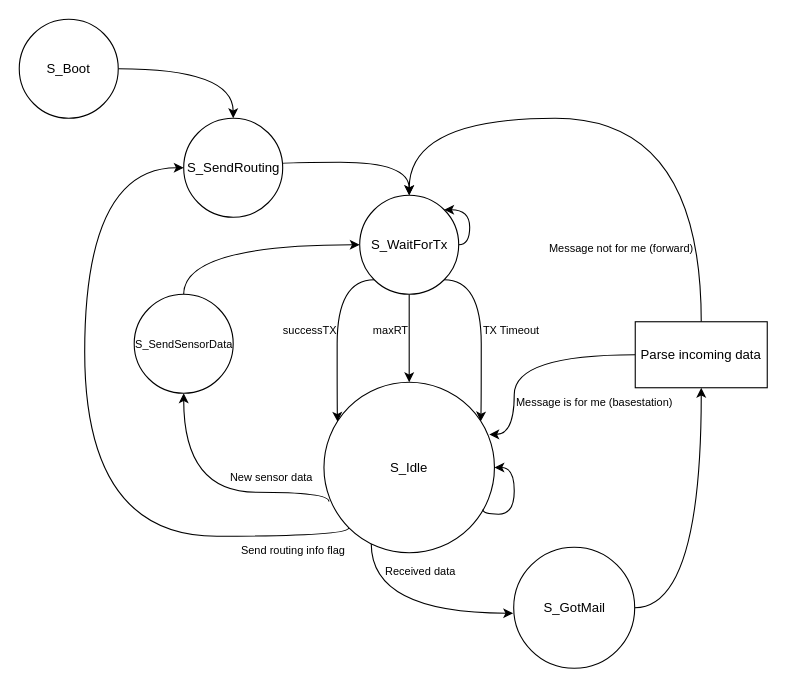
Before: NetwerkFlow/media/Primary Statemachine.drawio in Stephanvanb/SensorNetwerkenDoc, a draw.io diagram. Source tidied: cells renumbered, new cells numbered last; positions are measured from the earlier drawing's top-left corner, leaving out a move shared by most shapes. Both pictures are drawn from the tidied source at 110%, with x=0, y=0 at pixel (19, 19).
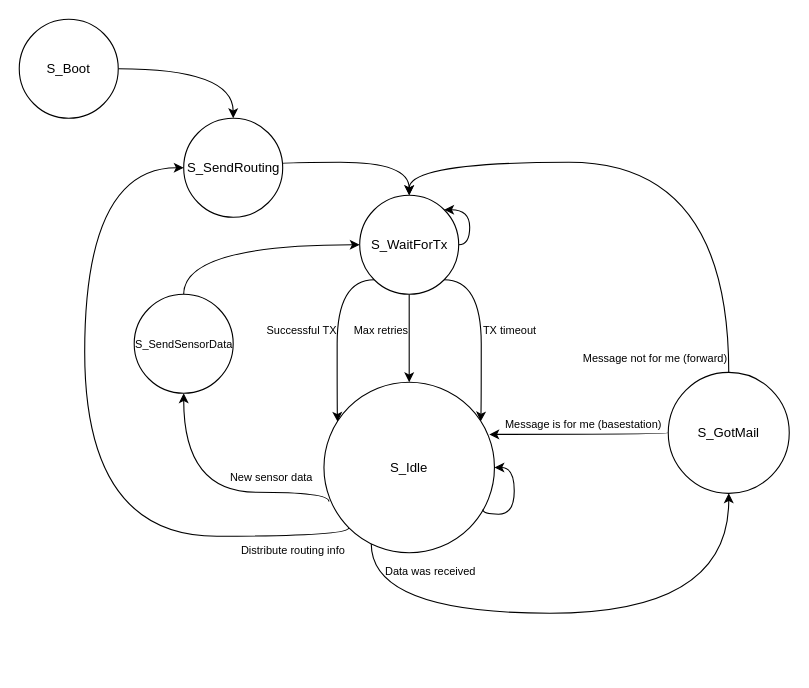
After the change.

Commit message (it also covers changes not shown here):
Removed parseincomingdata action block

Unchanged cells that the change refers to:
```xml
<mxCell id="11" value="S_WaitForTx" style="ellipse;whiteSpace=wrap;html=1;" parent="1" vertex="1">
  <mxGeometry x="309.5" y="160" width="90" height="90" as="geometry" />
</mxCell>
<mxCell id="15" value="&lt;div&gt;S_Idle&lt;/div&gt;" style="ellipse;whiteSpace=wrap;html=1;" parent="1" vertex="1">
  <mxGeometry x="277" y="330" width="155" height="155" as="geometry" />
</mxCell>
```

The edit, as a diff of the source:
```diff
@@
-    <mxCell id="6" style="edgeStyle=orthogonalEdgeStyle;curved=1;jettySize=auto;html=1;exitX=1;exitY=0.5;exitDx=0;exitDy=0;entryX=0.5;entryY=1;entryDx=0;entryDy=0;" parent="1" edge="1" source="7" target="24">
-      <mxGeometry relative="1" as="geometry" />
-    </mxCell>
+    <mxCell id="31" style="edgeStyle=orthogonalEdgeStyle;jettySize=auto;html=1;exitX=0.5;exitY=0;exitDx=0;exitDy=0;entryX=0.5;entryY=0;entryDx=0;entryDy=0;curved=1;" parent="1" edge="1" source="7" target="11">
+      <mxGeometry relative="1" as="geometry">
+        <Array as="points">
+          <mxPoint x="645" y="130" />
+          <mxPoint x="355" y="130" />
+        </Array>
+      </mxGeometry>
+    </mxCell>
     <mxCell id="7" value="S_GotMail" style="ellipse;whiteSpace=wrap;html=1;" parent="1" vertex="1">
-      <mxGeometry x="449.5" y="480" width="110" height="110" as="geometry" />
+      <mxGeometry x="590" y="321" width="110" height="110" as="geometry" />
     </mxCell>
@@
-    <mxCell id="13" style="edgeStyle=orthogonalEdgeStyle;curved=1;rounded=1;jettySize=auto;html=1;fontSize=10;" parent="1" edge="1" source="15">
+    <mxCell id="13" style="edgeStyle=orthogonalEdgeStyle;curved=1;rounded=1;jettySize=auto;html=1;fontSize=10;entryX=0.5;entryY=1;entryDx=0;entryDy=0;" parent="1" edge="1" source="15" target="7">
       <mxGeometry relative="1" as="geometry">
-        <mxPoint x="449" y="540" as="targetPoint" />
         <Array as="points">
           <mxPoint x="320" y="540" />
-          <mxPoint x="449" y="540" />
+          <mxPoint x="645" y="540" />
         </Array>
       </mxGeometry>
     </mxCell>
@@
-    <mxCell id="16" value="successTX" style="text;html=1;align=right;verticalAlign=top;spacingTop=-4;fontSize=10;" parent="1" vertex="1">
-      <mxGeometry x="229.5" y="275" width="60" height="10" as="geometry" />
+    <mxCell id="16" value="Successful TX" style="text;html=1;align=right;verticalAlign=top;spacingTop=-4;fontSize=10;" parent="1" vertex="1">
+      <mxGeometry x="209.5" y="275" width="80" height="10" as="geometry" />
     </mxCell>
-    <mxCell id="17" value="maxRT" style="text;html=1;align=right;verticalAlign=top;spacingTop=-4;fontSize=10;" parent="1" vertex="1">
-      <mxGeometry x="304.5" y="275" width="50" height="20" as="geometry" />
+    <mxCell id="17" value="Max retries" style="text;html=1;align=right;verticalAlign=top;spacingTop=-4;fontSize=10;" parent="1" vertex="1">
+      <mxGeometry x="294.5" y="275" width="60" height="10" as="geometry" />
     </mxCell>
-    <mxCell id="18" value="TX Timeout" style="text;html=1;align=left;verticalAlign=top;spacingTop=-4;fontSize=10;" parent="1" vertex="1">
-      <mxGeometry x="419.5" y="275" width="70" height="10" as="geometry" />
+    <mxCell id="18" value="TX timeout" style="text;html=1;align=left;verticalAlign=top;spacingTop=-4;fontSize=10;" parent="1" vertex="1">
+      <mxGeometry x="419.5" y="275" width="60" height="10" as="geometry" />
     </mxCell>
@@
-    <mxCell id="22" style="edgeStyle=orthogonalEdgeStyle;curved=1;rounded=1;jettySize=auto;exitX=0.5;exitY=0;exitDx=0;exitDy=0;entryX=0.5;entryY=0;entryDx=0;entryDy=0;fontSize=10;" parent="1" edge="1" source="24" target="11">
-      <mxGeometry relative="1" as="geometry">
-        <Array as="points">
-          <mxPoint x="620" y="90" />
-          <mxPoint x="355" y="90" />
-        </Array>
-      </mxGeometry>
-    </mxCell>
-    <mxCell id="23" style="edgeStyle=orthogonalEdgeStyle;curved=1;rounded=1;jettySize=auto;html=0;exitX=0;exitY=0.5;exitDx=0;exitDy=0;fontSize=10;entryX=0.97;entryY=0.306;entryDx=0;entryDy=0;entryPerimeter=0;" parent="1" edge="1" source="24" target="15">
+    <mxCell id="23" style="edgeStyle=orthogonalEdgeStyle;curved=1;rounded=1;jettySize=auto;html=0;exitX=0;exitY=0.5;exitDx=0;exitDy=0;fontSize=10;entryX=0.97;entryY=0.306;entryDx=0;entryDy=0;entryPerimeter=0;" parent="1" edge="1" source="7" target="15">
       <mxGeometry relative="1" as="geometry">
         <Array as="points">
-          <mxPoint x="450" y="305" />
-          <mxPoint x="450" y="377" />
+          <mxPoint x="590" y="377" />
         </Array>
       </mxGeometry>
     </mxCell>
-    <mxCell id="24" value="&lt;font style=&quot;font-size: 12px&quot;&gt;Parse incoming data&lt;/font&gt;" style="rounded=0;whiteSpace=wrap;html=1;fontSize=10;align=center;" parent="1" vertex="1">
-      <mxGeometry x="560" y="275" width="120" height="60" as="geometry" />
-    </mxCell>
-    <mxCell id="25" value="Send routing info flag" style="text;html=1;align=left;verticalAlign=top;spacingTop=-4;fontSize=10;" parent="1" vertex="1">
+    <mxCell id="25" value="Distribute routing info" style="text;html=1;align=left;verticalAlign=top;spacingTop=-4;fontSize=10;" parent="1" vertex="1">
       <mxGeometry x="199.5" y="475" width="110" height="10" as="geometry" />
     </mxCell>
@@
-    <mxCell id="27" value="Received data" style="text;html=1;align=left;verticalAlign=top;spacingTop=-4;fontSize=10;" parent="1" vertex="1">
-      <mxGeometry x="330.5" y="494" width="80" height="10" as="geometry" />
+    <mxCell id="27" value="Data was received" style="text;html=1;align=left;verticalAlign=top;spacingTop=-4;fontSize=10;" parent="1" vertex="1">
+      <mxGeometry x="330.5" y="494" width="100" height="10" as="geometry" />
     </mxCell>
-    <mxCell id="28" value="Message not for me (forward)" style="text;html=1;align=left;verticalAlign=top;spacingTop=-4;fontSize=10;" parent="1" vertex="1">
-      <mxGeometry x="480" y="200" width="150" height="10" as="geometry" />
+    <mxCell id="28" value="Message not for me (forward)" style="text;html=1;align=right;verticalAlign=top;spacingTop=-4;fontSize=10;" parent="1" vertex="1">
+      <mxGeometry x="495" y="300" width="150" height="10" as="geometry" />
     </mxCell>
     <mxCell id="29" value="Message is for me (basestation)" style="text;html=1;align=left;verticalAlign=top;spacingTop=-4;fontSize=10;" parent="1" vertex="1">
-      <mxGeometry x="449.5" y="340" width="160" height="10" as="geometry" />
+      <mxGeometry x="440" y="360" width="160" height="10" as="geometry" />
     </mxCell>
```
